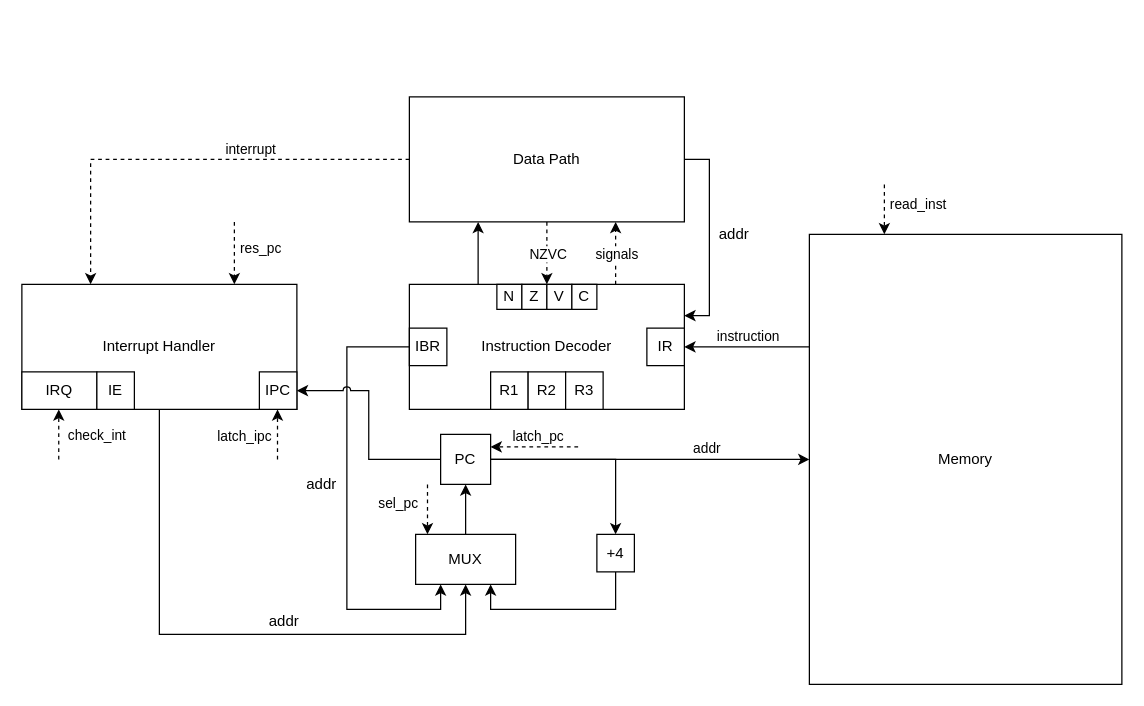
tenolly/csa-machine keeps this draw.io diagram as media/source/control_unit.drawio. Above is the earlier version. Source tidied: cells renumbered, new cells numbered last; positions are measured from the earlier drawing's top-left corner, leaving out a move shared by most shapes. Both pictures are drawn from the tidied source at 125%, with x=0, y=0 at pixel (21, 96).
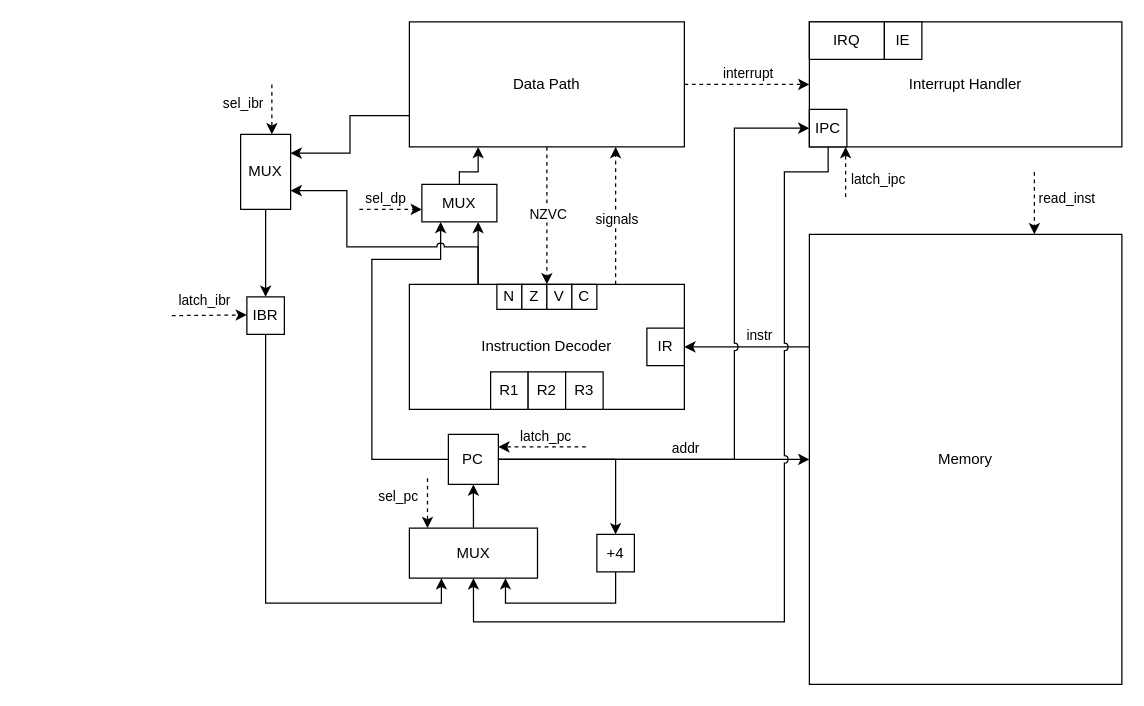
The same page after the edit.

The change refers to these unchanged cells:
```xml
<mxCell id="6" style="edgeStyle=orthogonalEdgeStyle;rounded=0;jettySize=auto;html=1;exitX=0;exitY=0.25;exitDx=0;exitDy=0;entryX=1;entryY=0.5;entryDx=0;entryDy=0;" parent="1" edge="1" source="8" target="17">
  <mxGeometry relative="1" as="geometry" />
</mxCell>
<mxCell id="9" style="edgeStyle=orthogonalEdgeStyle;rounded=0;jettySize=auto;html=1;exitX=1;exitY=0.5;exitDx=0;exitDy=0;entryX=0;entryY=0.5;entryDx=0;entryDy=0;" parent="1" edge="1" source="12" target="8">
  <mxGeometry relative="1" as="geometry" />
</mxCell>
<mxCell id="17" value="Instruction Decoder" style="rounded=0;whiteSpace=wrap;html=1;" parent="1" vertex="1">
  <mxGeometry x="310" y="150" width="220" height="100" as="geometry" />
</mxCell>
<mxCell id="25" value="+4" style="rounded=0;whiteSpace=wrap;html=1;" parent="1" vertex="1">
  <mxGeometry x="460" y="350" width="30" height="30" as="geometry" />
</mxCell>
```

Diff of the diagram source:
```diff
@@
+    <mxCell id="54" style="edgeStyle=orthogonalEdgeStyle;rounded=0;jettySize=auto;html=1;exitX=0;exitY=0.75;exitDx=0;exitDy=0;entryX=1;entryY=0.25;entryDx=0;entryDy=0;" parent="1" edge="1" source="5" target="62">
+      <mxGeometry relative="1" as="geometry" />
+    </mxCell>
-    <mxCell id="2" style="edgeStyle=orthogonalEdgeStyle;rounded=0;jettySize=auto;html=1;exitX=0;exitY=0.5;exitDx=0;exitDy=0;dashed=1;entryX=0.25;entryY=0;entryDx=0;entryDy=0;" parent="1" edge="1" source="5" target="19">
+    <mxCell id="2" style="edgeStyle=orthogonalEdgeStyle;rounded=0;jettySize=auto;html=1;exitX=1;exitY=0.5;exitDx=0;exitDy=0;entryX=0;entryY=0.5;entryDx=0;entryDy=0;dashed=1;" parent="1" edge="1" source="5" target="19">
       <mxGeometry relative="1" as="geometry" />
     </mxCell>
     <mxCell id="3" value="interrupt" style="edgeLabel;html=1;align=center;verticalAlign=middle;" parent="2" vertex="1">
-      <mxGeometry x="-0.28" y="-4" relative="1" as="geometry">
-        <mxPoint y="-5" as="offset" />
+      <mxGeometry x="-0.18" y="2" relative="1" as="geometry">
+        <mxPoint x="9" y="-8" as="offset" />
       </mxGeometry>
     </mxCell>
-    <mxCell id="4" style="edgeStyle=orthogonalEdgeStyle;rounded=0;jettySize=auto;html=1;exitX=1;exitY=0.5;exitDx=0;exitDy=0;entryX=1;entryY=0.25;entryDx=0;entryDy=0;" parent="1" edge="1" source="5" target="17">
-      <mxGeometry relative="1" as="geometry" />
-    </mxCell>
     <mxCell id="5" value="Data Path" style="rounded=0;whiteSpace=wrap;html=1;" parent="1" vertex="1">
-      <mxGeometry x="310" width="220" height="100" as="geometry" />
+      <mxGeometry x="310" y="-60" width="220" height="100" as="geometry" />
     </mxCell>
@@
-    <mxCell id="7" value="instruction" style="edgeLabel;html=1;align=center;verticalAlign=middle;" parent="6" vertex="1">
+    <mxCell id="7" value="instr" style="edgeLabel;html=1;align=center;verticalAlign=middle;" parent="6" vertex="1">
       <mxGeometry x="-0.01" relative="1" as="geometry">
-        <mxPoint y="-9" as="offset" />
+        <mxPoint x="9" y="-10" as="offset" />
       </mxGeometry>
     </mxCell>
@@
     <mxCell id="10" value="addr" style="edgeLabel;html=1;align=center;verticalAlign=middle;" parent="9" vertex="1">
       <mxGeometry x="0.35" y="1" relative="1" as="geometry">
-        <mxPoint y="-9" as="offset" />
+        <mxPoint x="-19" y="-9" as="offset" />
       </mxGeometry>
     </mxCell>
@@
+    <mxCell id="47" style="edgeStyle=orthogonalEdgeStyle;rounded=0;jettySize=auto;html=1;exitX=1;exitY=0.5;exitDx=0;exitDy=0;entryX=0;entryY=0.5;entryDx=0;entryDy=0;jumpStyle=arc;" parent="1" edge="1" source="12" target="46">
+      <mxGeometry relative="1" as="geometry">
+        <Array as="points">
+          <mxPoint x="570" y="290" />
+          <mxPoint x="570" y="25" />
+        </Array>
+      </mxGeometry>
+    </mxCell>
+    <mxCell id="55" style="edgeStyle=orthogonalEdgeStyle;rounded=0;jettySize=auto;html=1;exitX=0;exitY=0.5;exitDx=0;exitDy=0;entryX=0.25;entryY=1;entryDx=0;entryDy=0;" parent="1" edge="1" source="12" target="59">
+      <mxGeometry relative="1" as="geometry">
+        <Array as="points">
+          <mxPoint x="280" y="290" />
+          <mxPoint x="280" y="130" />
+          <mxPoint x="335" y="130" />
+        </Array>
+      </mxGeometry>
+    </mxCell>
     <mxCell id="12" value="PC" style="rounded=0;whiteSpace=wrap;html=1;" parent="1" vertex="1">
-      <mxGeometry x="335" y="270" width="40" height="40" as="geometry" />
+      <mxGeometry x="341.2" y="270" width="40" height="40" as="geometry" />
     </mxCell>
-    <mxCell id="13" style="edgeStyle=orthogonalEdgeStyle;rounded=0;jettySize=auto;html=1;exitX=0;exitY=0.5;exitDx=0;exitDy=0;entryX=0.25;entryY=1;entryDx=0;entryDy=0;" parent="1" edge="1" source="17" target="23">
-      <mxGeometry relative="1" as="geometry">
-        <Array as="points">
-          <mxPoint x="260" y="200" />
-          <mxPoint x="260" y="410" />
-          <mxPoint x="335" y="410" />
-        </Array>
-      </mxGeometry>
-    </mxCell>
@@
-    <mxCell id="16" style="edgeStyle=orthogonalEdgeStyle;rounded=0;jettySize=auto;html=1;exitX=0.25;exitY=0;exitDx=0;exitDy=0;entryX=0.25;entryY=1;entryDx=0;entryDy=0;" parent="1" edge="1" source="17" target="5">
-      <mxGeometry relative="1" as="geometry" />
-    </mxCell>
+    <mxCell id="56" style="edgeStyle=orthogonalEdgeStyle;rounded=0;jettySize=auto;html=1;exitX=0.25;exitY=0;exitDx=0;exitDy=0;entryX=0.75;entryY=1;entryDx=0;entryDy=0;" parent="1" edge="1" source="17" target="59">
+      <mxGeometry relative="1" as="geometry" />
+    </mxCell>
@@
-    <mxCell id="18" style="edgeStyle=orthogonalEdgeStyle;rounded=0;jettySize=auto;html=1;exitX=0.5;exitY=1;exitDx=0;exitDy=0;entryX=0.5;entryY=1;entryDx=0;entryDy=0;" parent="1" edge="1" source="19" target="23">
-      <mxGeometry relative="1" as="geometry">
-        <Array as="points">
-          <mxPoint x="110" y="430" />
-          <mxPoint x="355" y="430" />
-        </Array>
-      </mxGeometry>
-    </mxCell>
     <mxCell id="19" value="Interrupt Handler" style="rounded=0;whiteSpace=wrap;html=1;" parent="1" vertex="1">
-      <mxGeometry y="150" width="220" height="100" as="geometry" />
+      <mxGeometry x="630" y="-60" width="250" height="100" as="geometry" />
     </mxCell>
     <mxCell id="20" value="IRQ" style="rounded=0;whiteSpace=wrap;html=1;" parent="1" vertex="1">
-      <mxGeometry y="220" width="60" height="30" as="geometry" />
+      <mxGeometry x="630" y="-60" width="60" height="30" as="geometry" />
     </mxCell>
     <mxCell id="21" value="IE" style="rounded=0;whiteSpace=wrap;html=1;" parent="1" vertex="1">
-      <mxGeometry x="60" y="220" width="30" height="30" as="geometry" />
+      <mxGeometry x="690" y="-60" width="30" height="30" as="geometry" />
     </mxCell>
-    <mxCell id="22" style="edgeStyle=orthogonalEdgeStyle;rounded=0;jettySize=auto;html=1;exitX=0.5;exitY=0;exitDx=0;exitDy=0;entryX=0.5;entryY=1;entryDx=0;entryDy=0;" parent="1" edge="1" source="23" target="12">
-      <mxGeometry relative="1" as="geometry" />
-    </mxCell>
-    <mxCell id="23" value="MUX" style="rounded=0;whiteSpace=wrap;html=1;" parent="1" vertex="1">
-      <mxGeometry x="315" y="350" width="80" height="40" as="geometry" />
-    </mxCell>
-    <mxCell id="24" style="edgeStyle=orthogonalEdgeStyle;rounded=0;jettySize=auto;html=1;exitX=0.5;exitY=1;exitDx=0;exitDy=0;entryX=0.75;entryY=1;entryDx=0;entryDy=0;" parent="1" edge="1" source="25" target="23">
-      <mxGeometry relative="1" as="geometry" />
-    </mxCell>
+    <mxCell id="57" style="edgeStyle=orthogonalEdgeStyle;rounded=0;jettySize=auto;html=1;exitX=0.5;exitY=1;exitDx=0;exitDy=0;entryX=0.75;entryY=1;entryDx=0;entryDy=0;" parent="1" edge="1" source="25" target="65">
+      <mxGeometry relative="1" as="geometry" />
+    </mxCell>
@@
     <mxCell id="30" style="endArrow=classic;html=1;rounded=0;dashed=1;" parent="1" edge="1">
       <mxGeometry relative="1" as="geometry">
-        <mxPoint x="445" y="280" as="sourcePoint" />
-        <mxPoint x="375" y="280" as="targetPoint" />
+        <mxPoint x="451.2" y="280" as="sourcePoint" />
+        <mxPoint x="381.2" y="280" as="targetPoint" />
       </mxGeometry>
     </mxCell>
@@
     <mxCell id="32" style="endArrow=classic;html=1;rounded=0;dashed=1;" parent="1" edge="1">
       <mxGeometry relative="1" as="geometry">
-        <mxPoint x="324.5" y="310" as="sourcePoint" />
-        <mxPoint x="324.5" y="350" as="targetPoint" />
+        <mxPoint x="324.5" y="305" as="sourcePoint" />
+        <mxPoint x="324.5" y="345" as="targetPoint" />
       </mxGeometry>
     </mxCell>
@@
-    <mxCell id="34" style="endArrow=classic;html=1;rounded=0;dashed=1;" parent="1" edge="1">
-      <mxGeometry relative="1" as="geometry">
-        <mxPoint x="29.5" y="290" as="sourcePoint" />
-        <mxPoint x="29.5" y="250" as="targetPoint" />
-      </mxGeometry>
-    </mxCell>
-    <mxCell id="35" value="check_int" style="edgeLabel;html=1;align=center;verticalAlign=middle;" parent="34" vertex="1">
-      <mxGeometry x="-0.06" y="-1" relative="1" as="geometry">
-        <mxPoint x="29" y="-1" as="offset" />
-      </mxGeometry>
-    </mxCell>
@@
-    <mxCell id="42" value="addr" style="text;html=1;align=center;verticalAlign=middle;whiteSpace=wrap;rounded=0;" parent="1" vertex="1">
-      <mxGeometry x="550" y="100" width="40" height="20" as="geometry" />
-    </mxCell>
-    <mxCell id="43" value="addr" style="text;html=1;align=center;verticalAlign=middle;whiteSpace=wrap;rounded=0;" parent="1" vertex="1">
-      <mxGeometry x="220" y="300" width="40" height="20" as="geometry" />
-    </mxCell>
-    <mxCell id="44" value="addr" style="text;html=1;align=center;verticalAlign=middle;whiteSpace=wrap;rounded=0;" parent="1" vertex="1">
-      <mxGeometry x="190" y="410" width="40" height="20" as="geometry" />
-    </mxCell>
-    <mxCell id="45" value="IBR" style="rounded=0;whiteSpace=wrap;html=1;" parent="1" vertex="1">
-      <mxGeometry x="310" y="185" width="30" height="30" as="geometry" />
-    </mxCell>
-    <mxCell id="46" value="IPC" style="rounded=0;whiteSpace=wrap;html=1;" parent="1" vertex="1">
-      <mxGeometry x="190" y="220" width="30" height="30" as="geometry" />
-    </mxCell>
-    <mxCell id="47" style="edgeStyle=orthogonalEdgeStyle;rounded=0;jettySize=auto;html=1;exitX=0;exitY=0.5;exitDx=0;exitDy=0;entryX=1;entryY=0.5;entryDx=0;entryDy=0;jumpStyle=arc;" parent="1" edge="1" source="12" target="46">
-      <mxGeometry relative="1" as="geometry" />
-    </mxCell>
-    <mxCell id="48" style="endArrow=classic;html=1;rounded=0;dashed=1;" parent="1" edge="1">
-      <mxGeometry relative="1" as="geometry">
-        <mxPoint x="204.5" y="290" as="sourcePoint" />
-        <mxPoint x="204.5" y="250" as="targetPoint" />
-      </mxGeometry>
-    </mxCell>
-    <mxCell id="49" value="latch_ipc" style="edgeLabel;html=1;align=center;verticalAlign=middle;" parent="48" vertex="1">
-      <mxGeometry x="-0.06" y="2" relative="1" as="geometry">
-        <mxPoint x="-25" as="offset" />
-      </mxGeometry>
-    </mxCell>
-    <mxCell id="50" style="endArrow=classic;html=1;rounded=0;dashed=1;exitX=0.5;exitY=1;exitDx=0;exitDy=0;" parent="1" edge="1">
-      <mxGeometry relative="1" as="geometry">
-        <mxPoint x="170" y="100" as="sourcePoint" />
-        <mxPoint x="170" y="150" as="targetPoint" />
-      </mxGeometry>
-    </mxCell>
-    <mxCell id="51" value="res_pc" style="edgeLabel;html=1;align=center;verticalAlign=middle;" parent="50" vertex="1">
-      <mxGeometry x="-0.06" relative="1" as="geometry">
-        <mxPoint x="20" y="-4" as="offset" />
-      </mxGeometry>
-    </mxCell>
     <mxCell id="52" style="endArrow=classic;html=1;rounded=0;dashed=1;" parent="1" edge="1">
       <mxGeometry relative="1" as="geometry">
-        <mxPoint x="690" y="70" as="sourcePoint" />
-        <mxPoint x="690" y="110" as="targetPoint" />
+        <mxPoint x="810" y="60" as="sourcePoint" />
+        <mxPoint x="810" y="110" as="targetPoint" />
       </mxGeometry>
     </mxCell>
     <mxCell id="53" value="read_inst" style="edgeLabel;html=1;align=center;verticalAlign=middle;" parent="52" vertex="1">
       <mxGeometry x="-0.06" relative="1" as="geometry">
-        <mxPoint x="26" y="-4" as="offset" />
+        <mxPoint x="25" y="-4" as="offset" />
       </mxGeometry>
     </mxCell>
+    <mxCell id="58" style="edgeStyle=orthogonalEdgeStyle;rounded=0;jettySize=auto;html=1;exitX=0.5;exitY=0;exitDx=0;exitDy=0;entryX=0.25;entryY=1;entryDx=0;entryDy=0;" parent="1" edge="1" source="59" target="5">
+      <mxGeometry relative="1" as="geometry">
+        <Array as="points">
+          <mxPoint x="350" y="60" />
+          <mxPoint x="365" y="60" />
+        </Array>
+      </mxGeometry>
+    </mxCell>
+    <mxCell id="59" value="MUX" style="rounded=0;whiteSpace=wrap;html=1;" parent="1" vertex="1">
+      <mxGeometry x="320" y="70" width="60" height="30" as="geometry" />
+    </mxCell>
+    <mxCell id="60" style="edgeStyle=orthogonalEdgeStyle;rounded=0;jettySize=auto;html=1;exitX=0.5;exitY=1;exitDx=0;exitDy=0;entryX=0.25;entryY=1;entryDx=0;entryDy=0;" parent="1" edge="1" source="45" target="65">
+      <mxGeometry relative="1" as="geometry" />
+    </mxCell>
+    <mxCell id="45" value="IBR" style="rounded=0;whiteSpace=wrap;html=1;" parent="1" vertex="1">
+      <mxGeometry x="180" y="160" width="30" height="30" as="geometry" />
+    </mxCell>
+    <mxCell id="61" style="edgeStyle=orthogonalEdgeStyle;rounded=0;jettySize=auto;html=1;exitX=0.5;exitY=1;exitDx=0;exitDy=0;" parent="1" edge="1" source="62" target="45">
+      <mxGeometry relative="1" as="geometry" />
+    </mxCell>
+    <mxCell id="62" value="MUX" style="rounded=0;whiteSpace=wrap;html=1;" parent="1" vertex="1">
+      <mxGeometry x="175" y="30" width="40" height="60" as="geometry" />
+    </mxCell>
+    <mxCell id="63" style="edgeStyle=orthogonalEdgeStyle;rounded=0;jettySize=auto;html=1;exitX=0.25;exitY=0;exitDx=0;exitDy=0;entryX=1;entryY=0.75;entryDx=0;entryDy=0;jumpStyle=arc;" parent="1" edge="1" source="17" target="62">
+      <mxGeometry relative="1" as="geometry">
+        <Array as="points">
+          <mxPoint x="365" y="120" />
+          <mxPoint x="260" y="120" />
+          <mxPoint x="260" y="75" />
+        </Array>
+      </mxGeometry>
+    </mxCell>
+    <mxCell id="64" style="edgeStyle=orthogonalEdgeStyle;rounded=0;jettySize=auto;html=1;exitX=0.5;exitY=0;exitDx=0;exitDy=0;entryX=0.5;entryY=1;entryDx=0;entryDy=0;" parent="1" edge="1" source="65" target="12">
+      <mxGeometry relative="1" as="geometry" />
+    </mxCell>
+    <mxCell id="65" value="MUX" style="rounded=0;whiteSpace=wrap;html=1;" parent="1" vertex="1">
+      <mxGeometry x="310" y="345" width="102.5" height="40" as="geometry" />
+    </mxCell>
+    <mxCell id="66" style="endArrow=classic;html=1;rounded=0;dashed=1;" parent="1" edge="1">
+      <mxGeometry relative="1" as="geometry">
+        <mxPoint x="120" y="175" as="sourcePoint" />
+        <mxPoint x="180" y="174.5" as="targetPoint" />
+      </mxGeometry>
+    </mxCell>
+    <mxCell id="67" value="latch_ibr" style="edgeLabel;html=1;align=center;verticalAlign=middle;" parent="66" vertex="1">
+      <mxGeometry x="-0.06" y="-1" relative="1" as="geometry">
+        <mxPoint x="-3" y="-13" as="offset" />
+      </mxGeometry>
+    </mxCell>
+    <mxCell id="68" style="endArrow=classic;html=1;rounded=0;dashed=1;" parent="1" edge="1">
+      <mxGeometry relative="1" as="geometry">
+        <mxPoint x="200" y="-10" as="sourcePoint" />
+        <mxPoint x="200" y="30" as="targetPoint" />
+      </mxGeometry>
+    </mxCell>
+    <mxCell id="69" value="sel_ibr" style="edgeLabel;html=1;align=center;verticalAlign=middle;" parent="68" vertex="1">
+      <mxGeometry x="-0.06" y="-1" relative="1" as="geometry">
+        <mxPoint x="-23" y="-5" as="offset" />
+      </mxGeometry>
+    </mxCell>
+    <mxCell id="70" style="endArrow=classic;html=1;rounded=0;dashed=1;" parent="1" edge="1">
+      <mxGeometry relative="1" as="geometry">
+        <mxPoint x="270" y="90" as="sourcePoint" />
+        <mxPoint x="320" y="90" as="targetPoint" />
+      </mxGeometry>
+    </mxCell>
+    <mxCell id="71" value="sel_dp" style="edgeLabel;html=1;align=center;verticalAlign=middle;" parent="70" vertex="1">
+      <mxGeometry x="-0.06" y="-1" relative="1" as="geometry">
+        <mxPoint x="-4" y="-11" as="offset" />
+      </mxGeometry>
+    </mxCell>
+    <mxCell id="72" style="edgeStyle=orthogonalEdgeStyle;rounded=0;jettySize=auto;html=1;exitX=0.5;exitY=1;exitDx=0;exitDy=0;entryX=0.5;entryY=1;entryDx=0;entryDy=0;jumpStyle=arc;" parent="1" edge="1" source="46" target="65">
+      <mxGeometry relative="1" as="geometry">
+        <Array as="points">
+          <mxPoint x="645" y="60" />
+          <mxPoint x="610" y="60" />
+          <mxPoint x="610" y="420" />
+          <mxPoint x="361" y="420" />
+        </Array>
+      </mxGeometry>
+    </mxCell>
+    <mxCell id="46" value="IPC" style="rounded=0;whiteSpace=wrap;html=1;" parent="1" vertex="1">
+      <mxGeometry x="630" y="10" width="30" height="30" as="geometry" />
+    </mxCell>
+    <mxCell id="73" style="endArrow=classic;html=1;rounded=0;dashed=1;" parent="1" edge="1">
+      <mxGeometry relative="1" as="geometry">
+        <mxPoint x="659" y="80" as="sourcePoint" />
+        <mxPoint x="659" y="40" as="targetPoint" />
+      </mxGeometry>
+    </mxCell>
+    <mxCell id="49" value="latch_ipc" style="edgeLabel;html=1;align=center;verticalAlign=middle;" parent="73" vertex="1">
+      <mxGeometry x="-0.06" y="-1" relative="1" as="geometry">
+        <mxPoint x="24" y="4" as="offset" />
+      </mxGeometry>
+    </mxCell>
```
